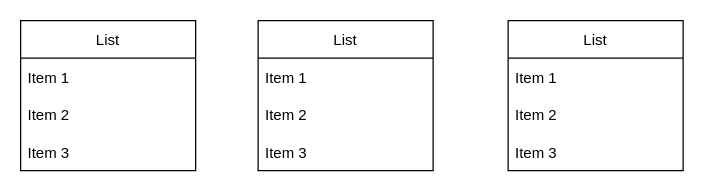
Above: Архитектурный ландшафт.drawio in aerostovtsev/test (draw.io), before the change. Source tidied: cells renumbered, new cells numbered last; positions are measured from the earlier drawing's top-left corner, leaving out a move shared by most shapes. Both pictures are drawn from the tidied source at 125%, with x=0, y=0 at pixel (20, 20).
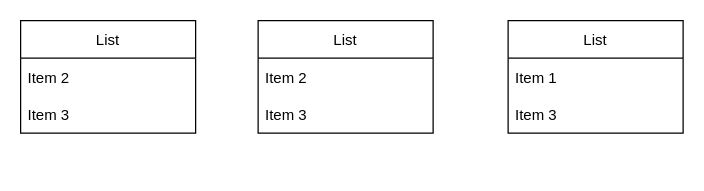
The same page after the edit.

Change to the diagram source:
```diff
@@
 <mxGraphModel>
   <root>
     <mxCell id="0" />
     <mxCell id="1" parent="0" />
     <mxCell id="2" value="List" style="swimlane;fontStyle=0;horizontal=1;startSize=30;" parent="1" vertex="1">
-      <mxGeometry width="140" height="120" as="geometry" />
+      <mxGeometry width="140" height="90" as="geometry" />
     </mxCell>
-    <mxCell id="3" value="Item 1" style="text;strokeColor=none;fillColor=none;align=left;verticalAlign=middle;spacingLeft=4;spacingRight=4;overflow=hidden;" parent="2" vertex="1">
-      <mxGeometry y="30" width="140" height="30" as="geometry" />
-    </mxCell>
     <mxCell id="4" value="Item 2" style="text;strokeColor=none;fillColor=none;align=left;verticalAlign=middle;spacingLeft=4;spacingRight=4;overflow=hidden;" parent="2" vertex="1">
-      <mxGeometry y="60" width="140" height="30" as="geometry" />
+      <mxGeometry y="30" width="140" height="30" as="geometry" />
     </mxCell>
     <mxCell id="5" value="Item 3" style="text;strokeColor=none;fillColor=none;align=left;verticalAlign=middle;spacingLeft=4;spacingRight=4;overflow=hidden;" parent="2" vertex="1">
-      <mxGeometry y="90" width="140" height="30" as="geometry" />
+      <mxGeometry y="60" width="140" height="30" as="geometry" />
     </mxCell>
     <mxCell id="6" value="List" style="swimlane;fontStyle=0;horizontal=1;startSize=30;" parent="1" vertex="1">
-      <mxGeometry x="190" width="140" height="120" as="geometry" />
+      <mxGeometry x="190" width="140" height="90" as="geometry" />
     </mxCell>
-    <mxCell id="7" value="Item 1" style="text;strokeColor=none;fillColor=none;align=left;verticalAlign=middle;spacingLeft=4;spacingRight=4;overflow=hidden;" parent="6" vertex="1">
-      <mxGeometry y="30" width="140" height="30" as="geometry" />
-    </mxCell>
     <mxCell id="8" value="Item 2" style="text;strokeColor=none;fillColor=none;align=left;verticalAlign=middle;spacingLeft=4;spacingRight=4;overflow=hidden;" parent="6" vertex="1">
-      <mxGeometry y="60" width="140" height="30" as="geometry" />
+      <mxGeometry y="30" width="140" height="30" as="geometry" />
     </mxCell>
     <mxCell id="9" value="Item 3" style="text;strokeColor=none;fillColor=none;align=left;verticalAlign=middle;spacingLeft=4;spacingRight=4;overflow=hidden;" parent="6" vertex="1">
-      <mxGeometry y="90" width="140" height="30" as="geometry" />
+      <mxGeometry y="60" width="140" height="30" as="geometry" />
     </mxCell>
     <mxCell id="10" value="List" style="swimlane;fontStyle=0;horizontal=1;startSize=30;" parent="1" vertex="1">
-      <mxGeometry x="390" width="140" height="120" as="geometry" />
+      <mxGeometry x="390" width="140" height="90" as="geometry" />
     </mxCell>
     <mxCell id="11" value="Item 1" style="text;strokeColor=none;fillColor=none;align=left;verticalAlign=middle;spacingLeft=4;spacingRight=4;overflow=hidden;" parent="10" vertex="1">
       <mxGeometry y="30" width="140" height="30" as="geometry" />
     </mxCell>
-    <mxCell id="12" value="Item 2" style="text;strokeColor=none;fillColor=none;align=left;verticalAlign=middle;spacingLeft=4;spacingRight=4;overflow=hidden;" parent="10" vertex="1">
-      <mxGeometry y="60" width="140" height="30" as="geometry" />
-    </mxCell>
     <mxCell id="13" value="Item 3" style="text;strokeColor=none;fillColor=none;align=left;verticalAlign=middle;spacingLeft=4;spacingRight=4;overflow=hidden;" parent="10" vertex="1">
-      <mxGeometry y="90" width="140" height="30" as="geometry" />
+      <mxGeometry y="60" width="140" height="30" as="geometry" />
     </mxCell>
   </root>
 </mxGraphModel>
```
